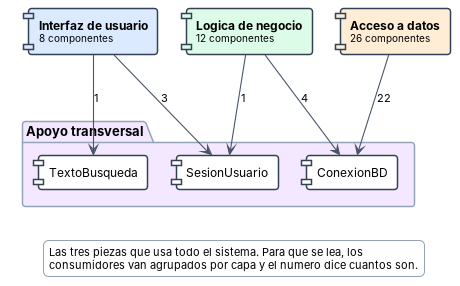
Above: docs/Imagenes/DiagramaComponentes_S4_Apoyo.png in puj-course/FIS_2630_1204_G2 (PlantUML), before the change. Its source is kept beside it as docs/diagramas-fuente/DiagramaComponentes_S4_Apoyo.puml. The source it was exported from:
```plantuml
@startuml
top to bottom direction
skinparam backgroundColor #FFFFFF
skinparam shadowing false
skinparam defaultFontName Helvetica
skinparam roundCorner 6
skinparam nodesep 28
skinparam ranksep 70
skinparam ArrowColor #475569
skinparam ArrowFontSize 11
skinparam ArrowThickness 1.1
skinparam PackageBorderColor #94A3B8
skinparam PackageFontStyle bold
skinparam PackageFontSize 13
skinparam ComponentBackgroundColor #FFFFFF
skinparam ComponentFontSize 12
skinparam ComponentBorderColor #334155
skinparam legendBackgroundColor #FFFFFF
skinparam legendBorderColor #94A3B8
skinparam legendFontSize 11
package "Apoyo transversal" as p4 #F3E8FF {
  component "ConexionBD" as c_ConexionBD #FFFFFF
  component "SesionUsuario" as c_SesionUsuario #FFFFFF
  component "TextoBusqueda" as c_TextoBusqueda #FFFFFF
}
component "**Interfaz de usuario**\n<size:10>8 componentes</size>" as q_ui #DBEAFE
component "**Logica de negocio**\n<size:10>12 componentes</size>" as q_negocio #DCFCE7
component "**Acceso a datos**\n<size:10>26 componentes</size>" as q_datos #FFEDD5
q_negocio --> c_ConexionBD : 4
q_datos --> c_ConexionBD : 22
q_ui --> c_SesionUsuario : 3
q_negocio --> c_SesionUsuario : 1
q_ui --> c_TextoBusqueda : 1
legend bottom
Las tres piezas que usa todo el sistema. Para que se lea, los
consumidores van agrupados por capa y el numero dice cuantos son.
endlegend
@enduml
```
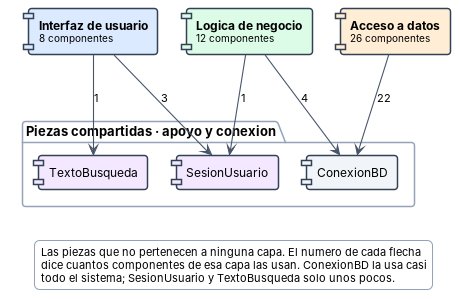
Later version of the same file.

Diff of the diagram source:
```diff
@@ -18,10 +18,10 @@
 skinparam legendBackgroundColor #FFFFFF
 skinparam legendBorderColor #94A3B8
 skinparam legendFontSize 11
-package "Apoyo transversal" as p4 #F3E8FF {
-  component "ConexionBD" as c_ConexionBD #FFFFFF
-  component "SesionUsuario" as c_SesionUsuario #FFFFFF
-  component "TextoBusqueda" as c_TextoBusqueda #FFFFFF
+package "Piezas compartidas · apoyo y conexion" as p4 #FFFFFF {
+  component "ConexionBD" as c_ConexionBD #F1F5F9
+  component "SesionUsuario" as c_SesionUsuario #F3E8FF
+  component "TextoBusqueda" as c_TextoBusqueda #F3E8FF
 }
 component "**Interfaz de usuario**\n<size:10>8 componentes</size>" as q_ui #DBEAFE
 component "**Logica de negocio**\n<size:10>12 componentes</size>" as q_negocio #DCFCE7
@@ -32,7 +32,8 @@
 q_negocio --> c_SesionUsuario : 1
 q_ui --> c_TextoBusqueda : 1
 legend bottom
-Las tres piezas que usa todo el sistema. Para que se lea, los
-consumidores van agrupados por capa y el numero dice cuantos son.
+Las piezas que no pertenecen a ninguna capa. El numero de cada flecha
+dice cuantos componentes de esa capa las usan. ConexionBD la usa casi
+todo el sistema; SesionUsuario y TextoBusqueda solo unos pocos.
 endlegend
 @enduml
```
